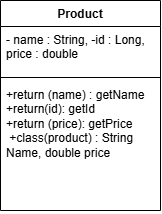
This is docs/uml/Untitled Diagram.drawio.png from Elitehusky/products-api, a draw.io export, as it was before one commit. Source tidied: cells renumbered, new cells last; positions are measured from the earlier drawing's top-left corner, leaving out a move shared by most shapes.
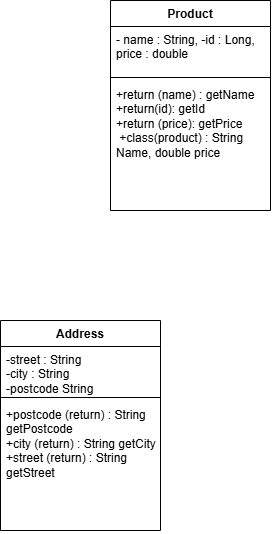
Later version of the same file.

Commit message:
Created a new UML for the product and customer

Diff of the diagram source:
```diff
@@ -14,5 +14,17 @@
     <mxCell id="5" value="+return (name) : getName&lt;div&gt;+return(id): getId&lt;/div&gt;&lt;div&gt;+return (price): getPrice&amp;nbsp;&lt;br&gt;&lt;div&gt;&amp;nbsp;+class(product) : String Name, double price&lt;/div&gt;&lt;/div&gt;&lt;div&gt;&lt;br&gt;&lt;/div&gt;" style="text;strokeColor=none;fillColor=none;align=left;verticalAlign=top;spacingLeft=4;spacingRight=4;overflow=hidden;whiteSpace=wrap;html=1;" parent="2" vertex="1">
       <mxGeometry y="81" width="160" height="129" as="geometry" />
     </mxCell>
+    <mxCell id="6" value="Address" style="swimlane;fontStyle=1;align=center;verticalAlign=top;horizontal=1;startSize=26;whiteSpace=wrap;html=1;" parent="1" vertex="1">
+      <mxGeometry x="-110" y="320" width="160" height="210" as="geometry" />
+    </mxCell>
+    <mxCell id="7" value="-street : String&lt;div&gt;-city : String&lt;/div&gt;&lt;div&gt;-postcode String&lt;/div&gt;" style="text;strokeColor=none;fillColor=none;align=left;verticalAlign=top;spacingLeft=4;spacingRight=4;overflow=hidden;whiteSpace=wrap;html=1;" parent="6" vertex="1">
+      <mxGeometry y="26" width="160" height="47" as="geometry" />
+    </mxCell>
+    <mxCell id="8" style="line;strokeWidth=1;fillColor=none;align=left;verticalAlign=middle;spacingTop=-1;spacingLeft=3;spacingRight=3;labelPosition=right;strokeColor=inherit;" parent="6" vertex="1">
+      <mxGeometry y="73" width="160" height="8" as="geometry" />
+    </mxCell>
+    <mxCell id="9" value="+postcode (return) : String getPostcode&lt;div&gt;+city (return) : String getCity&lt;/div&gt;&lt;div&gt;+street (return) : String getStreet&lt;/div&gt;" style="text;strokeColor=none;fillColor=none;align=left;verticalAlign=top;spacingLeft=4;spacingRight=4;overflow=hidden;whiteSpace=wrap;html=1;" parent="6" vertex="1">
+      <mxGeometry y="81" width="160" height="129" as="geometry" />
+    </mxCell>
   </root>
 </mxGraphModel>
```
